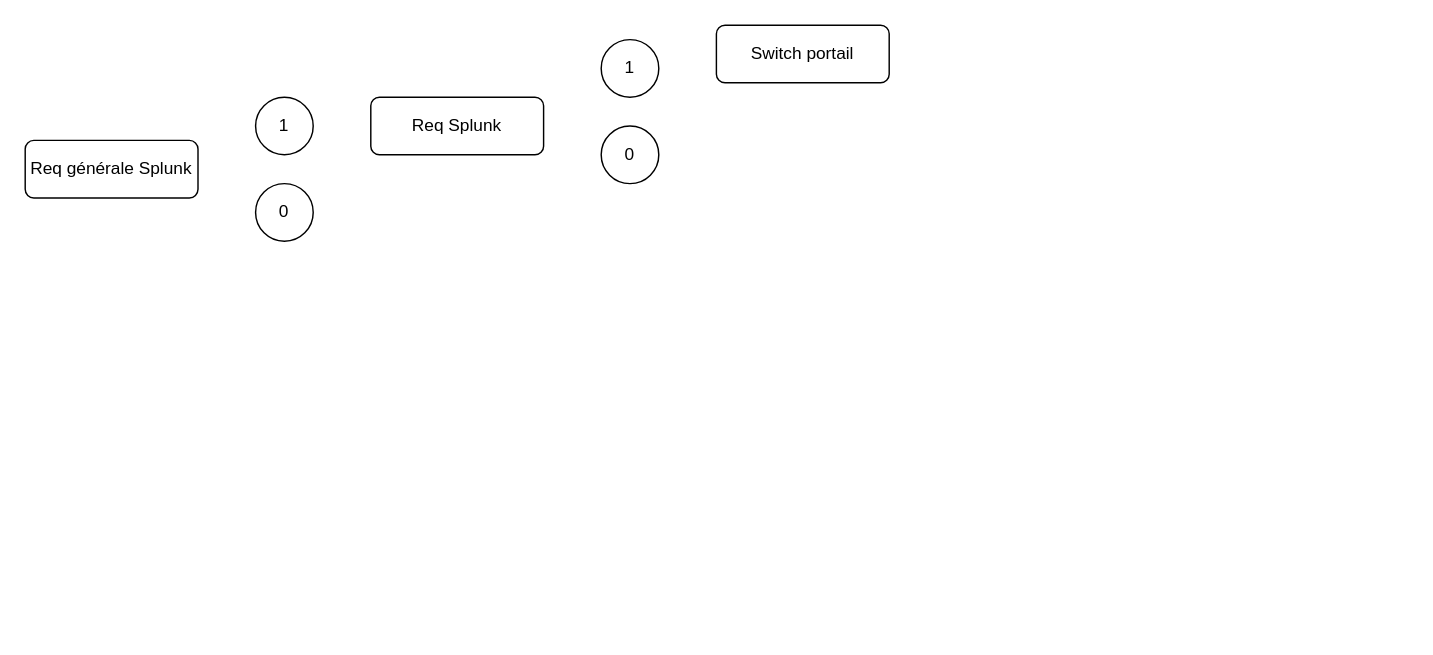
Above: page "Page-4" (4 of 4) of supervision.drawio in 41M3/draw.io (draw.io), before the change. Source tidied: cells renumbered, new cells numbered last; positions are measured from the earlier drawing's top-left corner, leaving out a move shared by most shapes. Both pictures are drawn from the tidied source at 144%, with x=0, y=0 at pixel (24, 24).
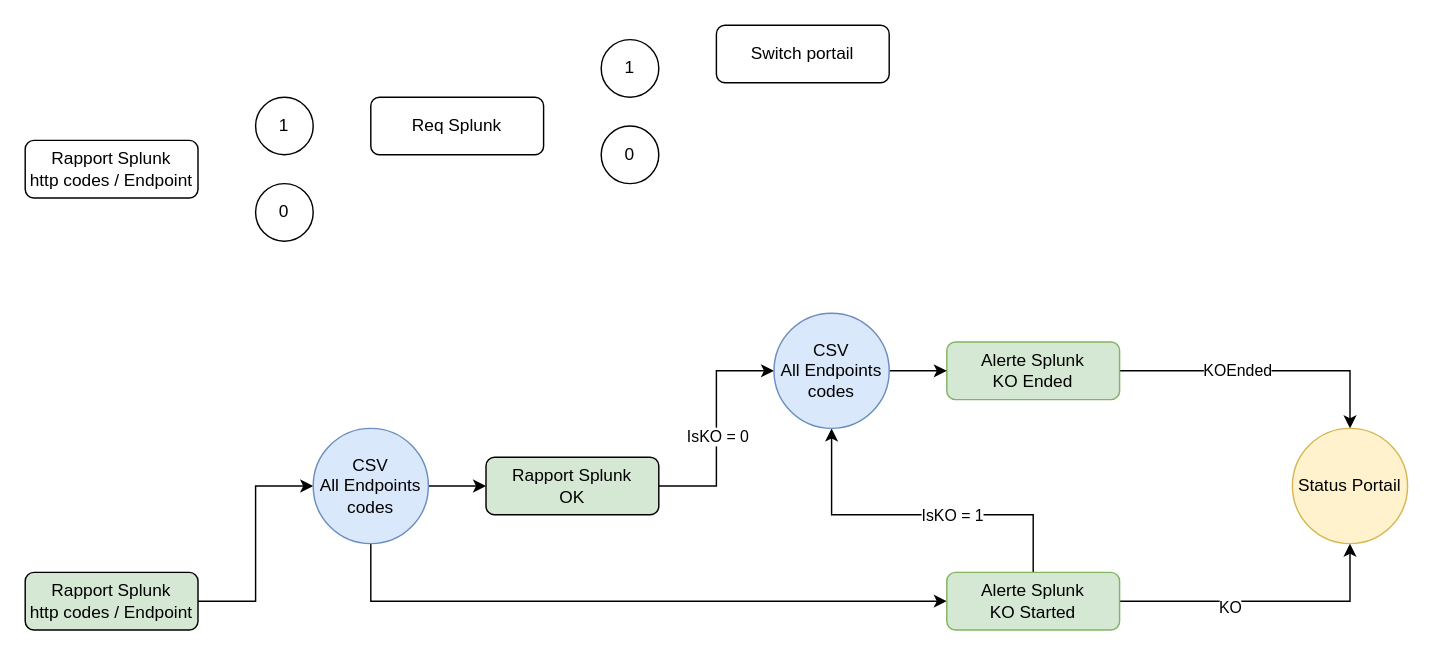
After the change.

Commit message:
Mettre à jour supervision.drawio

What changed in the source:
```diff
@@
-    <mxCell id="2" value="Req générale Splunk" style="rounded=1;whiteSpace=wrap;html=1;" parent="1" vertex="1">
+    <mxCell id="2" value="Rapport Splunk&lt;br&gt;http codes / Endpoint" style="rounded=1;whiteSpace=wrap;html=1;" parent="1" vertex="1">
       <mxGeometry y="80" width="120" height="40" as="geometry" />
     </mxCell>
@@
+    <mxCell id="9" style="edgeStyle=orthogonalEdgeStyle;rounded=0;jettySize=auto;html=1;entryX=0;entryY=0.5;entryDx=0;entryDy=0;" parent="1" edge="1" source="11" target="26">
+      <mxGeometry relative="1" as="geometry" />
+    </mxCell>
+    <mxCell id="10" value="IsKO = 0" style="edgeLabel;html=1;align=center;verticalAlign=middle;" parent="9" vertex="1">
+      <mxGeometry x="-0.06" relative="1" as="geometry" />
+    </mxCell>
+    <mxCell id="11" value="Rapport Splunk&lt;br&gt;OK" style="rounded=1;whiteSpace=wrap;html=1;fillColor=#d5e8d4;strokeColor=#000000;" parent="1" vertex="1">
+      <mxGeometry x="320" y="300" width="120" height="40" as="geometry" />
+    </mxCell>
+    <mxCell id="12" style="edgeStyle=orthogonalEdgeStyle;rounded=0;jettySize=auto;html=1;entryX=0;entryY=0.5;entryDx=0;entryDy=0;" parent="1" edge="1" source="13" target="16">
+      <mxGeometry relative="1" as="geometry" />
+    </mxCell>
+    <mxCell id="13" value="Rapport Splunk&lt;br&gt;http codes / Endpoint" style="rounded=1;whiteSpace=wrap;html=1;fillColor=#d5e8d4;strokeColor=#000000;" parent="1" vertex="1">
+      <mxGeometry y="380" width="120" height="40" as="geometry" />
+    </mxCell>
+    <mxCell id="14" style="edgeStyle=orthogonalEdgeStyle;rounded=0;jettySize=auto;html=1;entryX=0;entryY=0.5;entryDx=0;entryDy=0;" parent="1" edge="1" source="16" target="11">
+      <mxGeometry relative="1" as="geometry" />
+    </mxCell>
+    <mxCell id="15" style="edgeStyle=orthogonalEdgeStyle;rounded=0;jettySize=auto;html=1;entryX=0;entryY=0.5;entryDx=0;entryDy=0;" parent="1" edge="1" source="16" target="21">
+      <mxGeometry relative="1" as="geometry">
+        <Array as="points">
+          <mxPoint x="240" y="400" />
+        </Array>
+      </mxGeometry>
+    </mxCell>
+    <mxCell id="16" value="CSV&lt;br&gt;All Endpoints codes" style="ellipse;whiteSpace=wrap;html=1;fillColor=#dae8fc;strokeColor=#6c8ebf;" parent="1" vertex="1">
+      <mxGeometry x="200" y="280" width="80" height="80" as="geometry" />
+    </mxCell>
+    <mxCell id="17" style="edgeStyle=orthogonalEdgeStyle;rounded=0;jettySize=auto;html=1;entryX=0.5;entryY=1;entryDx=0;entryDy=0;" parent="1" edge="1" source="21" target="26">
+      <mxGeometry relative="1" as="geometry">
+        <Array as="points">
+          <mxPoint x="700" y="340" />
+          <mxPoint x="560" y="340" />
+        </Array>
+      </mxGeometry>
+    </mxCell>
+    <mxCell id="18" value="IsKO = 1" style="edgeLabel;html=1;align=center;verticalAlign=middle;" parent="17" vertex="1">
+      <mxGeometry x="-0.19" relative="1" as="geometry" />
+    </mxCell>
+    <mxCell id="19" style="edgeStyle=orthogonalEdgeStyle;rounded=0;jettySize=auto;html=1;entryX=0.5;entryY=1;entryDx=0;entryDy=0;" parent="1" edge="1" source="21" target="27">
+      <mxGeometry relative="1" as="geometry" />
+    </mxCell>
+    <mxCell id="20" value="KO" style="edgeLabel;html=1;align=center;verticalAlign=middle;" parent="19" vertex="1">
+      <mxGeometry x="-0.24" y="-4" relative="1" as="geometry" />
+    </mxCell>
+    <mxCell id="21" value="Alerte Splunk&lt;br&gt;KO Started" style="rounded=1;whiteSpace=wrap;html=1;fillColor=#d5e8d4;strokeColor=#82b366;" parent="1" vertex="1">
+      <mxGeometry x="640" y="380" width="120" height="40" as="geometry" />
+    </mxCell>
+    <mxCell id="22" style="edgeStyle=orthogonalEdgeStyle;rounded=0;jettySize=auto;html=1;entryX=0.5;entryY=0;entryDx=0;entryDy=0;" parent="1" edge="1" source="24" target="27">
+      <mxGeometry relative="1" as="geometry" />
+    </mxCell>
+    <mxCell id="23" value="KOEnded" style="edgeLabel;html=1;align=center;verticalAlign=middle;" parent="22" vertex="1">
+      <mxGeometry x="-0.19" y="1" relative="1" as="geometry" />
+    </mxCell>
+    <mxCell id="24" value="Alerte Splunk&lt;br&gt;KO Ended" style="rounded=1;whiteSpace=wrap;html=1;fillColor=#d5e8d4;strokeColor=#82b366;" parent="1" vertex="1">
+      <mxGeometry x="640" y="220" width="120" height="40" as="geometry" />
+    </mxCell>
+    <mxCell id="25" style="edgeStyle=orthogonalEdgeStyle;rounded=0;jettySize=auto;html=1;entryX=0;entryY=0.5;entryDx=0;entryDy=0;" parent="1" edge="1" source="26" target="24">
+      <mxGeometry relative="1" as="geometry" />
+    </mxCell>
+    <mxCell id="26" value="CSV&lt;br&gt;All Endpoints codes" style="ellipse;whiteSpace=wrap;html=1;fillColor=#dae8fc;strokeColor=#6c8ebf;" parent="1" vertex="1">
+      <mxGeometry x="520" y="200" width="80" height="80" as="geometry" />
+    </mxCell>
+    <mxCell id="27" value="Status Portail" style="ellipse;whiteSpace=wrap;html=1;fillColor=#fff2cc;strokeColor=#d6b656;" parent="1" vertex="1">
+      <mxGeometry x="880" y="280" width="80" height="80" as="geometry" />
+    </mxCell>
```
